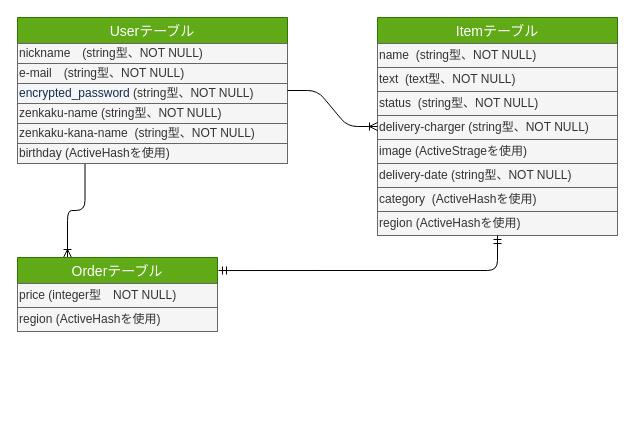
matsuurara/furima-35948 keeps this draw.io diagram as er.dio. Above is the earlier version. Source tidied: cells renumbered, new cells numbered last; positions are measured from the earlier drawing's top-left corner, leaving out a move shared by most shapes. Both pictures are drawn from the tidied source at 100%, with x=0, y=0 at pixel (17, 17).
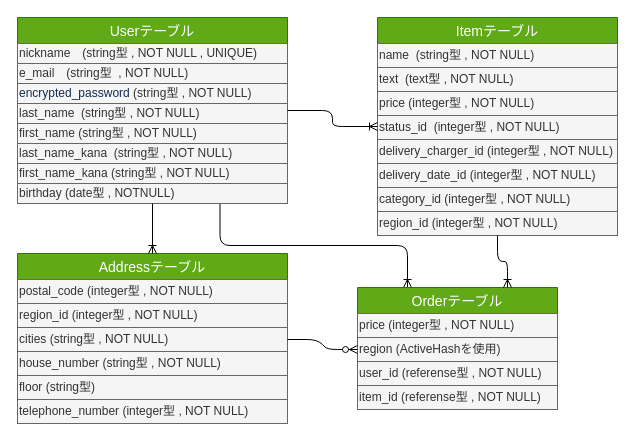
The same page after the edit.

Commit message (it also covers changes not shown here):
Addressテーブルを追加　ER図、READMEを修正

The change refers to these unchanged cells:
```xml
<mxCell id="10" value="Itemテーブル" style="swimlane;fontStyle=0;horizontal=1;startSize=26;align=center;fontSize=14;fillColor=#60a917;strokeColor=#2D7600;fontColor=#ffffff;" parent="1" vertex="1">
  <mxGeometry x="360" width="240" height="218" as="geometry" />
</mxCell>
<mxCell id="21" value="region (ActiveHashを使用)" style="text;html=1;strokeColor=#666666;fillColor=#f5f5f5;align=left;verticalAlign=middle;whiteSpace=wrap;rounded=0;fontSize=12;labelPosition=center;verticalLabelPosition=middle;fontColor=#333333;" parent="19" vertex="1">
  <mxGeometry y="50" width="200" height="24" as="geometry" />
</mxCell>
```

Diff of the diagram source:
```diff
@@
-    <mxCell id="2" style="edgeStyle=orthogonalEdgeStyle;jettySize=auto;html=1;exitX=0.25;exitY=1;exitDx=0;exitDy=0;entryX=0.25;entryY=0;entryDx=0;entryDy=0;endArrow=ERoneToMany;fontSize=12;" parent="1" edge="1" source="3" target="19">
+    <mxCell id="2" style="edgeStyle=orthogonalEdgeStyle;jettySize=auto;html=1;exitX=0.75;exitY=1;exitDx=0;exitDy=0;entryX=0.25;entryY=0;entryDx=0;entryDy=0;endArrow=ERoneToMany;fontSize=12;" parent="1" edge="1" source="9" target="19">
       <mxGeometry relative="1" as="geometry" />
     </mxCell>
     <mxCell id="3" value="Userテーブル" style="swimlane;fontStyle=0;horizontal=1;startSize=26;align=center;fontSize=14;fillColor=#60a917;strokeColor=#2D7600;fontColor=#ffffff;" parent="1" vertex="1">
-      <mxGeometry width="270" height="146" as="geometry" />
+      <mxGeometry width="270" height="186" as="geometry" />
     </mxCell>
-    <mxCell id="4" value="nickname　(string型、NOT NULL)" style="text;html=1;align=left;verticalAlign=middle;whiteSpace=wrap;rounded=0;fontSize=12;labelPosition=center;verticalLabelPosition=middle;fillColor=#f5f5f5;strokeColor=#666666;fontColor=#333333;" parent="3" vertex="1">
+    <mxCell id="4" value="nickname　(string型 , NOT NULL , UNIQUE)" style="text;html=1;align=left;verticalAlign=middle;whiteSpace=wrap;rounded=0;fontSize=12;labelPosition=center;verticalLabelPosition=middle;fillColor=#f5f5f5;strokeColor=#666666;fontColor=#333333;" parent="3" vertex="1">
       <mxGeometry y="26" width="270" height="20" as="geometry" />
     </mxCell>
-    <mxCell id="5" value="e-mail　(string型、NOT NULL)" style="text;html=1;strokeColor=#666666;fillColor=#f5f5f5;align=left;verticalAlign=middle;whiteSpace=wrap;rounded=0;fontSize=12;labelPosition=center;verticalLabelPosition=middle;fontColor=#333333;" parent="3" vertex="1">
+    <mxCell id="5" value="e_mail　(string型&amp;nbsp; , NOT NULL)" style="text;html=1;strokeColor=#666666;fillColor=#f5f5f5;align=left;verticalAlign=middle;whiteSpace=wrap;rounded=0;fontSize=12;labelPosition=center;verticalLabelPosition=middle;fontColor=#333333;" parent="3" vertex="1">
       <mxGeometry y="46" width="270" height="20" as="geometry" />
     </mxCell>
-    <mxCell id="6" value="&lt;span style=&quot;color: rgb(23 , 43 , 77) ; background-color: rgb(244 , 245 , 247)&quot;&gt;&lt;font style=&quot;font-size: 12px&quot;&gt;encrypted_password&lt;/font&gt;&lt;/span&gt;&amp;nbsp;(string型、NOT NULL)" style="text;html=1;strokeColor=#666666;fillColor=#f5f5f5;align=left;verticalAlign=middle;whiteSpace=wrap;rounded=0;fontSize=12;labelPosition=center;verticalLabelPosition=middle;fontColor=#333333;" parent="3" vertex="1">
+    <mxCell id="6" value="&lt;span style=&quot;color: rgb(23 , 43 , 77) ; background-color: rgb(244 , 245 , 247)&quot;&gt;&lt;font style=&quot;font-size: 12px&quot;&gt;encrypted_password&lt;/font&gt;&lt;/span&gt;&amp;nbsp;(string型 , NOT NULL)" style="text;html=1;strokeColor=#666666;fillColor=#f5f5f5;align=left;verticalAlign=middle;whiteSpace=wrap;rounded=0;fontSize=12;labelPosition=center;verticalLabelPosition=middle;fontColor=#333333;" parent="3" vertex="1">
       <mxGeometry y="66" width="270" height="20" as="geometry" />
     </mxCell>
+    <mxCell id="8" value="last_name&amp;nbsp; (string型 , NOT NULL)" style="text;html=1;strokeColor=#666666;fillColor=#f5f5f5;align=left;verticalAlign=middle;whiteSpace=wrap;rounded=0;fontSize=12;labelPosition=center;verticalLabelPosition=middle;fontColor=#333333;" parent="3" vertex="1">
+      <mxGeometry y="86" width="270" height="20" as="geometry" />
+    </mxCell>
-    <mxCell id="7" value="zenkaku-name (string型、NOT NULL)" style="text;html=1;strokeColor=#666666;fillColor=#f5f5f5;align=left;verticalAlign=middle;whiteSpace=wrap;rounded=0;fontSize=12;labelPosition=center;verticalLabelPosition=middle;fontColor=#333333;" parent="3" vertex="1">
-      <mxGeometry y="86" width="270" height="20" as="geometry" />
+    <mxCell id="7" value="first_name (string型 , NOT NULL)" style="text;html=1;strokeColor=#666666;fillColor=#f5f5f5;align=left;verticalAlign=middle;whiteSpace=wrap;rounded=0;fontSize=12;labelPosition=center;verticalLabelPosition=middle;fontColor=#333333;" parent="3" vertex="1">
+      <mxGeometry y="106" width="270" height="20" as="geometry" />
     </mxCell>
-    <mxCell id="8" value="zenkaku-kana-name&amp;nbsp; (string型、NOT NULL)" style="text;html=1;strokeColor=#666666;fillColor=#f5f5f5;align=left;verticalAlign=middle;whiteSpace=wrap;rounded=0;fontSize=12;labelPosition=center;verticalLabelPosition=middle;fontColor=#333333;" parent="3" vertex="1">
-      <mxGeometry y="106" width="270" height="20" as="geometry" />
-    </mxCell>
+    <mxCell id="24" value="last_name_kana&amp;nbsp; (string型 , NOT NULL)" style="text;html=1;strokeColor=#666666;fillColor=#f5f5f5;align=left;verticalAlign=middle;whiteSpace=wrap;rounded=0;fontSize=12;labelPosition=center;verticalLabelPosition=middle;fontColor=#333333;" parent="3" vertex="1">
+      <mxGeometry y="126" width="270" height="20" as="geometry" />
+    </mxCell>
+    <mxCell id="25" value="first_name_kana (string型 , NOT NULL)" style="text;html=1;strokeColor=#666666;fillColor=#f5f5f5;align=left;verticalAlign=middle;whiteSpace=wrap;rounded=0;fontSize=12;labelPosition=center;verticalLabelPosition=middle;fontColor=#333333;" parent="3" vertex="1">
+      <mxGeometry y="146" width="270" height="20" as="geometry" />
+    </mxCell>
-    <mxCell id="9" value="birthday (ActiveHashを使用)" style="text;html=1;strokeColor=#666666;fillColor=#f5f5f5;align=left;verticalAlign=middle;whiteSpace=wrap;rounded=0;fontSize=12;labelPosition=center;verticalLabelPosition=middle;fontColor=#333333;" parent="3" vertex="1">
-      <mxGeometry y="126" width="270" height="20" as="geometry" />
+    <mxCell id="9" value="birthday (date型 , NOTNULL)" style="text;html=1;strokeColor=#666666;fillColor=#f5f5f5;align=left;verticalAlign=middle;whiteSpace=wrap;rounded=0;fontSize=12;labelPosition=center;verticalLabelPosition=middle;fontColor=#333333;" parent="3" vertex="1">
+      <mxGeometry y="166" width="270" height="20" as="geometry" />
     </mxCell>
@@
-    <mxCell id="11" value="name&amp;nbsp; (string型、NOT NULL)" style="text;html=1;strokeColor=#666666;fillColor=#f5f5f5;align=left;verticalAlign=middle;whiteSpace=wrap;rounded=0;fontSize=12;labelPosition=center;verticalLabelPosition=middle;fontColor=#333333;" parent="10" vertex="1">
+    <mxCell id="11" value="name&amp;nbsp; (string型 , NOT NULL)" style="text;html=1;strokeColor=#666666;fillColor=#f5f5f5;align=left;verticalAlign=middle;whiteSpace=wrap;rounded=0;fontSize=12;labelPosition=center;verticalLabelPosition=middle;fontColor=#333333;" parent="10" vertex="1">
       <mxGeometry y="26" width="240" height="24" as="geometry" />
     </mxCell>
-    <mxCell id="12" value="text&amp;nbsp; (text型、NOT NULL)" style="text;html=1;strokeColor=#666666;fillColor=#f5f5f5;align=left;verticalAlign=middle;whiteSpace=wrap;rounded=0;fontSize=12;labelPosition=center;verticalLabelPosition=middle;fontColor=#333333;" parent="10" vertex="1">
+    <mxCell id="12" value="text&amp;nbsp; (text型 , NOT NULL)" style="text;html=1;strokeColor=#666666;fillColor=#f5f5f5;align=left;verticalAlign=middle;whiteSpace=wrap;rounded=0;fontSize=12;labelPosition=center;verticalLabelPosition=middle;fontColor=#333333;" parent="10" vertex="1">
       <mxGeometry y="50" width="240" height="24" as="geometry" />
     </mxCell>
+    <mxCell id="26" value="price (integer型 , NOT NULL)" style="text;html=1;strokeColor=#666666;fillColor=#f5f5f5;align=left;verticalAlign=middle;whiteSpace=wrap;rounded=0;fontSize=12;labelPosition=center;verticalLabelPosition=middle;fontColor=#333333;" parent="10" vertex="1">
+      <mxGeometry y="74" width="240" height="24" as="geometry" />
+    </mxCell>
-    <mxCell id="13" value="status&amp;nbsp; (string型、NOT NULL)" style="text;html=1;strokeColor=#666666;fillColor=#f5f5f5;align=left;verticalAlign=middle;whiteSpace=wrap;rounded=0;fontSize=12;labelPosition=center;verticalLabelPosition=middle;fontColor=#333333;" parent="10" vertex="1">
-      <mxGeometry y="74" width="240" height="24" as="geometry" />
+    <mxCell id="13" value="status_id&amp;nbsp; (integer型 , NOT NULL)" style="text;html=1;strokeColor=#666666;fillColor=#f5f5f5;align=left;verticalAlign=middle;whiteSpace=wrap;rounded=0;fontSize=12;labelPosition=center;verticalLabelPosition=middle;fontColor=#333333;" parent="10" vertex="1">
+      <mxGeometry y="98" width="240" height="24" as="geometry" />
     </mxCell>
-    <mxCell id="14" value="delivery-charger (string型、NOT NULL)" style="text;html=1;strokeColor=#666666;fillColor=#f5f5f5;align=left;verticalAlign=middle;whiteSpace=wrap;rounded=0;fontSize=12;labelPosition=center;verticalLabelPosition=middle;fontColor=#333333;" parent="10" vertex="1">
-      <mxGeometry y="98" width="240" height="24" as="geometry" />
+    <mxCell id="14" value="delivery_charger_id (integer型 , NOT NULL)" style="text;html=1;strokeColor=#666666;fillColor=#f5f5f5;align=left;verticalAlign=middle;whiteSpace=wrap;rounded=0;fontSize=12;labelPosition=center;verticalLabelPosition=middle;fontColor=#333333;" parent="10" vertex="1">
+      <mxGeometry y="122" width="240" height="24" as="geometry" />
     </mxCell>
-    <mxCell id="15" value="image (ActiveStrageを使用)" style="text;html=1;strokeColor=#666666;fillColor=#f5f5f5;align=left;verticalAlign=middle;whiteSpace=wrap;rounded=0;fontSize=12;labelPosition=center;verticalLabelPosition=middle;fontColor=#333333;" parent="10" vertex="1">
-      <mxGeometry y="122" width="240" height="24" as="geometry" />
-    </mxCell>
-    <mxCell id="16" value="delivery-date (string型、NOT NULL)" style="text;html=1;strokeColor=#666666;fillColor=#f5f5f5;align=left;verticalAlign=middle;whiteSpace=wrap;rounded=0;fontSize=12;labelPosition=center;verticalLabelPosition=middle;fontColor=#333333;" parent="10" vertex="1">
+    <mxCell id="16" value="delivery_date_id (integer型 , NOT NULL)" style="text;html=1;strokeColor=#666666;fillColor=#f5f5f5;align=left;verticalAlign=middle;whiteSpace=wrap;rounded=0;fontSize=12;labelPosition=center;verticalLabelPosition=middle;fontColor=#333333;" parent="10" vertex="1">
       <mxGeometry y="146" width="240" height="24" as="geometry" />
     </mxCell>
-    <mxCell id="17" value="category&amp;nbsp; (ActiveHashを使用)" style="text;html=1;strokeColor=#666666;fillColor=#f5f5f5;align=left;verticalAlign=middle;whiteSpace=wrap;rounded=0;fontSize=12;labelPosition=center;verticalLabelPosition=middle;fontColor=#333333;" parent="10" vertex="1">
+    <mxCell id="17" value="category_id (integer型 , NOT NULL)" style="text;html=1;strokeColor=#666666;fillColor=#f5f5f5;align=left;verticalAlign=middle;whiteSpace=wrap;rounded=0;fontSize=12;labelPosition=center;verticalLabelPosition=middle;fontColor=#333333;" parent="10" vertex="1">
       <mxGeometry y="170" width="240" height="24" as="geometry" />
     </mxCell>
-    <mxCell id="18" value="region (ActiveHashを使用)" style="text;html=1;strokeColor=#666666;fillColor=#f5f5f5;align=left;verticalAlign=middle;whiteSpace=wrap;rounded=0;fontSize=12;labelPosition=center;verticalLabelPosition=middle;fontColor=#333333;" parent="10" vertex="1">
+    <mxCell id="18" value="region_id (integer型 , NOT NULL)" style="text;html=1;strokeColor=#666666;fillColor=#f5f5f5;align=left;verticalAlign=middle;whiteSpace=wrap;rounded=0;fontSize=12;labelPosition=center;verticalLabelPosition=middle;fontColor=#333333;" parent="10" vertex="1">
       <mxGeometry y="194" width="240" height="24" as="geometry" />
     </mxCell>
     <mxCell id="19" value="Orderテーブル" style="swimlane;fontStyle=0;horizontal=1;startSize=26;align=center;fontSize=14;fillColor=#60a917;strokeColor=#2D7600;fontColor=#ffffff;" parent="1" vertex="1">
-      <mxGeometry y="240" width="200" height="74" as="geometry" />
+      <mxGeometry x="340" y="270" width="200" height="122" as="geometry" />
     </mxCell>
-    <mxCell id="20" value="price (integer型　NOT NULL)" style="text;html=1;strokeColor=#666666;fillColor=#f5f5f5;align=left;verticalAlign=middle;whiteSpace=wrap;rounded=0;fontSize=12;labelPosition=center;verticalLabelPosition=middle;fontColor=#333333;" parent="19" vertex="1">
+    <mxCell id="20" value="price (integer型 , NOT NULL)" style="text;html=1;strokeColor=#666666;fillColor=#f5f5f5;align=left;verticalAlign=middle;whiteSpace=wrap;rounded=0;fontSize=12;labelPosition=center;verticalLabelPosition=middle;fontColor=#333333;" parent="19" vertex="1">
       <mxGeometry y="26" width="200" height="24" as="geometry" />
     </mxCell>
@@
+    <mxCell id="27" value="user_id (referense型 , NOT NULL)" style="text;html=1;strokeColor=#666666;fillColor=#f5f5f5;align=left;verticalAlign=middle;whiteSpace=wrap;rounded=0;fontSize=12;labelPosition=center;verticalLabelPosition=middle;fontColor=#333333;" parent="19" vertex="1">
+      <mxGeometry y="74" width="200" height="24" as="geometry" />
+    </mxCell>
+    <mxCell id="28" value="item_id (referense型 , NOT NULL)" style="text;html=1;strokeColor=#666666;fillColor=#f5f5f5;align=left;verticalAlign=middle;whiteSpace=wrap;rounded=0;fontSize=12;labelPosition=center;verticalLabelPosition=middle;fontColor=#333333;" parent="19" vertex="1">
+      <mxGeometry y="98" width="200" height="24" as="geometry" />
+    </mxCell>
-    <mxCell id="22" style="edgeStyle=entityRelationEdgeStyle;fontSize=12;html=1;endArrow=ERoneToMany;exitX=1;exitY=0.5;exitDx=0;exitDy=0;" parent="1" edge="1" source="3" target="10">
+    <mxCell id="22" style="edgeStyle=orthogonalEdgeStyle;fontSize=12;html=1;endArrow=ERoneToMany;exitX=1;exitY=0.5;exitDx=0;exitDy=0;" parent="1" edge="1" source="3" target="10">
       <mxGeometry relative="1" as="geometry" />
     </mxCell>
-    <mxCell id="23" style="edgeStyle=orthogonalEdgeStyle;fontSize=12;html=1;endArrow=ERmandOne;startArrow=ERmandOne;exitX=1.005;exitY=0.176;exitDx=0;exitDy=0;exitPerimeter=0;entryX=0.5;entryY=1;entryDx=0;entryDy=0;" parent="1" edge="1" source="19" target="18">
-      <mxGeometry relative="1" as="geometry" />
-    </mxCell>
+    <mxCell id="29" style="edgeStyle=orthogonalEdgeStyle;fontSize=12;html=1;endArrow=ERoneToMany;entryX=0.75;entryY=0;entryDx=0;entryDy=0;exitX=0.5;exitY=1;exitDx=0;exitDy=0;" parent="1" edge="1" source="18" target="19">
+      <mxGeometry relative="1" as="geometry" />
+    </mxCell>
+    <mxCell id="30" value="Addressテーブル" style="swimlane;fontStyle=0;horizontal=1;startSize=26;align=center;fontSize=14;fillColor=#60a917;strokeColor=#2D7600;fontColor=#ffffff;" parent="1" vertex="1">
+      <mxGeometry y="236" width="270" height="170" as="geometry" />
+    </mxCell>
+    <mxCell id="31" value="postal_code (integer型 , NOT NULL)" style="text;html=1;strokeColor=#666666;fillColor=#f5f5f5;align=left;verticalAlign=middle;whiteSpace=wrap;rounded=0;fontSize=12;labelPosition=center;verticalLabelPosition=middle;fontColor=#333333;" parent="30" vertex="1">
+      <mxGeometry y="26" width="270" height="24" as="geometry" />
+    </mxCell>
+    <mxCell id="32" value="region_id (integer型 , NOT NULL)" style="text;html=1;strokeColor=#666666;fillColor=#f5f5f5;align=left;verticalAlign=middle;whiteSpace=wrap;rounded=0;fontSize=12;labelPosition=center;verticalLabelPosition=middle;fontColor=#333333;" parent="30" vertex="1">
+      <mxGeometry y="50" width="270" height="24" as="geometry" />
+    </mxCell>
+    <mxCell id="33" value="cities (string型 , NOT NULL)" style="text;html=1;strokeColor=#666666;fillColor=#f5f5f5;align=left;verticalAlign=middle;whiteSpace=wrap;rounded=0;fontSize=12;labelPosition=center;verticalLabelPosition=middle;fontColor=#333333;" parent="30" vertex="1">
+      <mxGeometry y="74" width="270" height="24" as="geometry" />
+    </mxCell>
+    <mxCell id="34" value="house_number (string型 , NOT NULL)" style="text;html=1;strokeColor=#666666;fillColor=#f5f5f5;align=left;verticalAlign=middle;whiteSpace=wrap;rounded=0;fontSize=12;labelPosition=center;verticalLabelPosition=middle;fontColor=#333333;" parent="30" vertex="1">
+      <mxGeometry y="98" width="270" height="24" as="geometry" />
+    </mxCell>
+    <mxCell id="35" value="floor (string型)" style="text;html=1;strokeColor=#666666;fillColor=#f5f5f5;align=left;verticalAlign=middle;whiteSpace=wrap;rounded=0;fontSize=12;labelPosition=center;verticalLabelPosition=middle;fontColor=#333333;" parent="30" vertex="1">
+      <mxGeometry y="122" width="270" height="24" as="geometry" />
+    </mxCell>
+    <mxCell id="36" value="telephone_number (integer型 , NOT NULL)" style="text;html=1;strokeColor=#666666;fillColor=#f5f5f5;align=left;verticalAlign=middle;whiteSpace=wrap;rounded=0;fontSize=12;labelPosition=center;verticalLabelPosition=middle;fontColor=#333333;" parent="30" vertex="1">
+      <mxGeometry y="146" width="270" height="24" as="geometry" />
+    </mxCell>
+    <mxCell id="37" style="fontSize=12;html=1;endArrow=ERoneToMany;exitX=0.5;exitY=1;exitDx=0;exitDy=0;entryX=0.5;entryY=0;entryDx=0;entryDy=0;" parent="1" edge="1" source="9" target="30">
+      <mxGeometry relative="1" as="geometry" />
+    </mxCell>
+    <mxCell id="38" style="edgeStyle=entityRelationEdgeStyle;fontSize=12;html=1;endArrow=ERzeroToMany;endFill=1;exitX=1;exitY=0.5;exitDx=0;exitDy=0;entryX=0;entryY=0.5;entryDx=0;entryDy=0;" parent="1" edge="1" source="33" target="21">
+      <mxGeometry relative="1" as="geometry" />
+    </mxCell>
```
